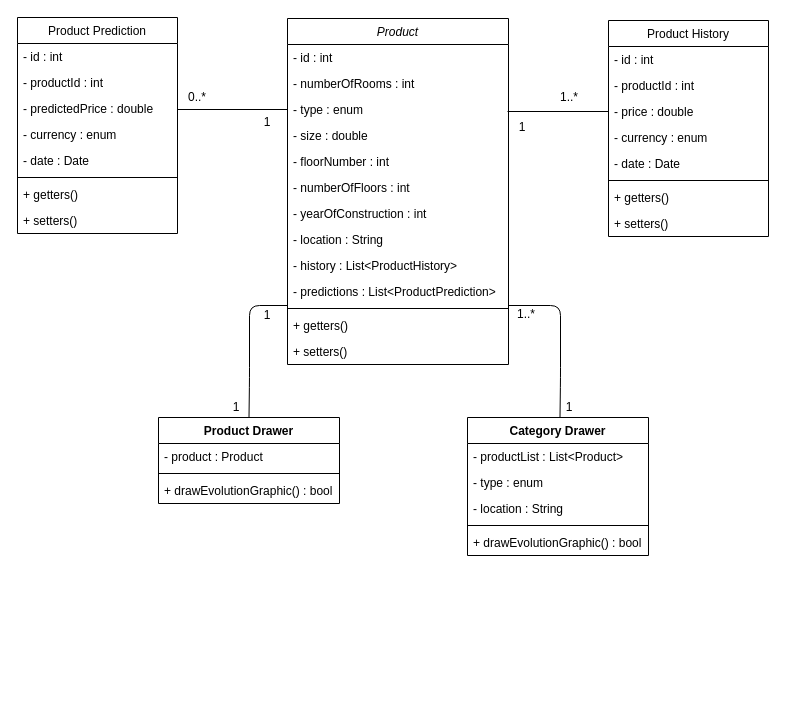
Above: Diagrams/Archive/java_class_diagram.drawio in Marcel1123/price-monitoring (draw.io), before the change. Source tidied: cells renumbered, new cells numbered last; positions are measured from the earlier drawing's top-left corner, leaving out a move shared by most shapes. Both pictures are drawn from the tidied source at 100%, with x=0, y=0 at pixel (17, 17).
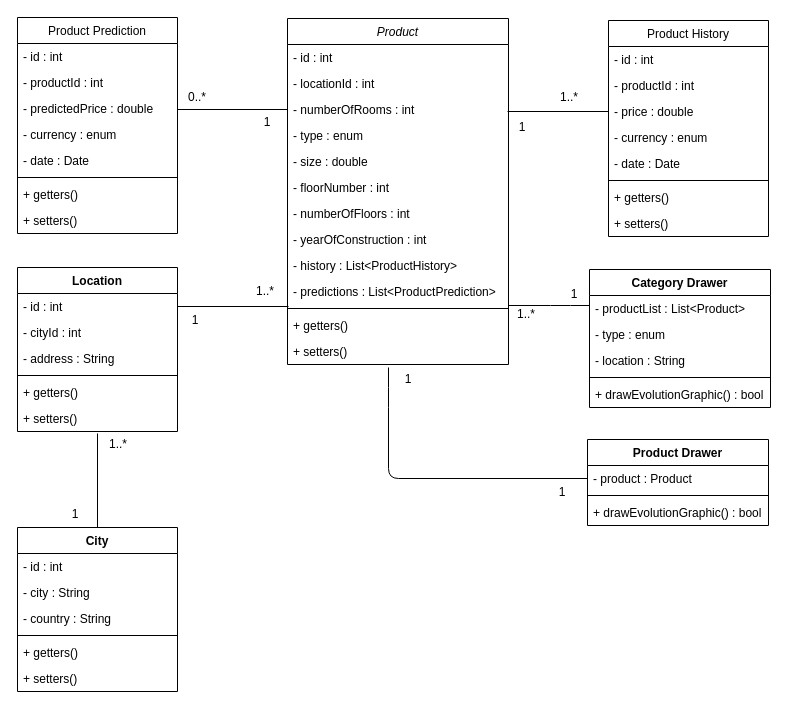
Above is the later version.

The change refers to these unchanged cells:
```xml
<mxCell id="2" value="Product" style="swimlane;fontStyle=2;align=center;verticalAlign=top;horizontal=1;startSize=26;rounded=0;shadow=0;strokeWidth=1;" parent="1" vertex="1">
  <mxGeometry x="270" y="1" width="221" height="346" as="geometry" />
</mxCell>
<mxCell id="15" value="+ setters()" style="text;align=left;verticalAlign=top;spacingLeft=4;spacingRight=4;overflow=hidden;points=[[0,0.5],[1,0.5]];portConstraint=eastwest;" parent="2" vertex="1">
  <mxGeometry y="320" width="221" height="26" as="geometry" />
</mxCell>
<mxCell id="39" value="- product : Product" style="text;strokeColor=none;fillColor=none;align=left;verticalAlign=top;spacingLeft=4;spacingRight=4;overflow=hidden;points=[[0,0.5],[1,0.5]];portConstraint=eastwest;" parent="38" vertex="1">
  <mxGeometry y="26" width="181" height="26" as="geometry" />
</mxCell>
```

The edit, as a diff of the source:
```diff
@@
+    <mxCell id="10" value="- locationId : int" style="text;align=left;verticalAlign=top;spacingLeft=4;spacingRight=4;overflow=hidden;rounded=0;shadow=0;html=0;" parent="2" vertex="1">
+      <mxGeometry y="52" width="221" height="26" as="geometry" />
+    </mxCell>
     <mxCell id="4" value="- numberOfRooms : int" style="text;align=left;verticalAlign=top;spacingLeft=4;spacingRight=4;overflow=hidden;points=[[0,0.5],[1,0.5]];portConstraint=eastwest;" parent="2" vertex="1">
-      <mxGeometry y="52" width="221" height="26" as="geometry" />
+      <mxGeometry y="78" width="221" height="26" as="geometry" />
     </mxCell>
     <mxCell id="5" value="- type : enum" style="text;align=left;verticalAlign=top;spacingLeft=4;spacingRight=4;overflow=hidden;points=[[0,0.5],[1,0.5]];portConstraint=eastwest;rounded=0;shadow=0;html=0;" parent="2" vertex="1">
-      <mxGeometry y="78" width="221" height="26" as="geometry" />
+      <mxGeometry y="104" width="221" height="26" as="geometry" />
     </mxCell>
     <mxCell id="6" value="- size : double" style="text;align=left;verticalAlign=top;spacingLeft=4;spacingRight=4;overflow=hidden;rounded=0;shadow=0;html=0;" parent="2" vertex="1">
-      <mxGeometry y="104" width="221" height="26" as="geometry" />
+      <mxGeometry y="130" width="221" height="26" as="geometry" />
     </mxCell>
     <mxCell id="7" value="- floorNumber : int" style="text;align=left;verticalAlign=top;spacingLeft=4;spacingRight=4;overflow=hidden;rounded=0;shadow=0;html=0;" parent="2" vertex="1">
-      <mxGeometry y="130" width="221" height="26" as="geometry" />
+      <mxGeometry y="156" width="221" height="26" as="geometry" />
     </mxCell>
     <mxCell id="8" value="- numberOfFloors : int" style="text;align=left;verticalAlign=top;spacingLeft=4;spacingRight=4;overflow=hidden;" parent="2" vertex="1">
-      <mxGeometry y="156" width="221" height="26" as="geometry" />
+      <mxGeometry y="182" width="221" height="26" as="geometry" />
     </mxCell>
     <mxCell id="9" value="- yearOfConstruction : int" style="text;align=left;verticalAlign=top;spacingLeft=4;spacingRight=4;overflow=hidden;rounded=0;shadow=0;html=0;" parent="2" vertex="1">
-      <mxGeometry y="182" width="221" height="26" as="geometry" />
+      <mxGeometry y="208" width="221" height="26" as="geometry" />
     </mxCell>
-    <mxCell id="10" value="- location : String" style="text;align=left;verticalAlign=top;spacingLeft=4;spacingRight=4;overflow=hidden;rounded=0;shadow=0;html=0;" parent="2" vertex="1">
-      <mxGeometry y="208" width="221" height="26" as="geometry" />
-    </mxCell>
@@
     <mxCell id="38" value="Product Drawer" style="swimlane;fontStyle=1;align=center;verticalAlign=top;horizontal=1;startSize=26;" parent="1" vertex="1">
-      <mxGeometry x="141" y="400" width="181" height="86" as="geometry" />
+      <mxGeometry x="570" y="422" width="181" height="86" as="geometry" />
     </mxCell>
@@
-    <mxCell id="42" style="endArrow=none;html=1;exitX=0;exitY=1;exitDx=0;exitDy=0;entryX=0;entryY=0.5;entryDx=0;entryDy=0;" parent="1" edge="1" target="5">
+    <mxCell id="42" style="endArrow=none;html=1;exitX=0;exitY=1;exitDx=0;exitDy=0;entryX=0;entryY=0.5;entryDx=0;entryDy=0;" parent="1" edge="1" target="4">
       <mxGeometry relative="1" as="geometry">
         <mxPoint x="160" y="92" as="sourcePoint" />
       </mxGeometry>
     </mxCell>
@@
-    <mxCell id="44" style="endArrow=none;html=1;exitX=0.5;exitY=0;exitDx=0;exitDy=0;entryX=1;entryY=0;entryDx=0;entryDy=0;" parent="1" edge="1" source="38" target="54">
+    <mxCell id="44" style="endArrow=none;html=1;exitX=0;exitY=0.5;exitDx=0;exitDy=0;entryX=0.457;entryY=1.115;entryDx=0;entryDy=0;entryPerimeter=0;" parent="1" edge="1" source="39" target="15">
       <mxGeometry relative="1" as="geometry">
         <Array as="points">
-          <mxPoint x="232" y="360" />
-          <mxPoint x="232" y="288" />
+          <mxPoint x="371" y="461" />
+          <mxPoint x="371" y="380" />
         </Array>
       </mxGeometry>
     </mxCell>
     <mxCell id="45" value="1" style="text;html=1;strokeColor=none;fillColor=none;align=center;verticalAlign=middle;whiteSpace=wrap;rounded=0;" parent="1" vertex="1">
-      <mxGeometry x="199" y="380" width="40" height="20" as="geometry" />
+      <mxGeometry x="525" y="465" width="40" height="20" as="geometry" />
     </mxCell>
     <mxCell id="46" value="Category Drawer" style="swimlane;fontStyle=1;align=center;verticalAlign=top;horizontal=1;startSize=26;" parent="1" vertex="1">
-      <mxGeometry x="450" y="400" width="181" height="138" as="geometry" />
+      <mxGeometry x="572" y="252" width="181" height="138" as="geometry" />
     </mxCell>
@@
-    <mxCell id="52" style="endArrow=none;html=1;exitX=0.5;exitY=0;exitDx=0;exitDy=0;entryX=0.991;entryY=0.125;entryDx=0;entryDy=0;entryPerimeter=0;" parent="1" edge="1">
+    <mxCell id="52" style="endArrow=none;html=1;entryX=0.991;entryY=0.125;entryDx=0;entryDy=0;entryPerimeter=0;" parent="1" edge="1">
       <mxGeometry relative="1" as="geometry">
-        <mxPoint x="542.5" y="400" as="sourcePoint" />
+        <mxPoint x="572" y="288" as="sourcePoint" />
         <mxPoint x="491" y="288" as="targetPoint" />
         <Array as="points">
-          <mxPoint x="543" y="360" />
           <mxPoint x="543" y="288" />
         </Array>
       </mxGeometry>
     </mxCell>
     <mxCell id="53" value="1" style="text;html=1;strokeColor=none;fillColor=none;align=center;verticalAlign=middle;whiteSpace=wrap;rounded=0;" parent="1" vertex="1">
-      <mxGeometry x="532" y="380" width="40" height="20" as="geometry" />
+      <mxGeometry x="537" y="267" width="40" height="20" as="geometry" />
     </mxCell>
     <mxCell id="54" value="1" style="text;html=1;strokeColor=none;fillColor=none;align=center;verticalAlign=middle;whiteSpace=wrap;rounded=0;" parent="1" vertex="1">
-      <mxGeometry x="230" y="288" width="40" height="20" as="geometry" />
+      <mxGeometry x="371" y="352" width="40" height="20" as="geometry" />
     </mxCell>
@@
+    <mxCell id="56" value="City" style="swimlane;fontStyle=1;align=center;verticalAlign=top;horizontal=1;startSize=26;" parent="1" vertex="1">
+      <mxGeometry y="510" width="160" height="164" as="geometry" />
+    </mxCell>
+    <mxCell id="57" value="- id : int" style="text;strokeColor=none;fillColor=none;align=left;verticalAlign=top;spacingLeft=4;spacingRight=4;overflow=hidden;" parent="56" vertex="1">
+      <mxGeometry y="26" width="160" height="26" as="geometry" />
+    </mxCell>
+    <mxCell id="58" value="- city : String" style="text;strokeColor=none;fillColor=none;align=left;verticalAlign=top;spacingLeft=4;spacingRight=4;overflow=hidden;" parent="56" vertex="1">
+      <mxGeometry y="52" width="160" height="26" as="geometry" />
+    </mxCell>
+    <mxCell id="59" value="- country : String" style="text;strokeColor=none;fillColor=none;align=left;verticalAlign=top;spacingLeft=4;spacingRight=4;overflow=hidden;" parent="56" vertex="1">
+      <mxGeometry y="78" width="160" height="26" as="geometry" />
+    </mxCell>
+    <mxCell id="60" style="line;strokeWidth=1;fillColor=none;align=left;verticalAlign=middle;spacingTop=-1;spacingLeft=3;spacingRight=3;labelPosition=right;" parent="56" vertex="1">
+      <mxGeometry y="104" width="160" height="8" as="geometry" />
+    </mxCell>
+    <mxCell id="61" value="+ getters()" style="text;strokeColor=none;fillColor=none;align=left;verticalAlign=top;spacingLeft=4;spacingRight=4;overflow=hidden;" parent="56" vertex="1">
+      <mxGeometry y="112" width="160" height="26" as="geometry" />
+    </mxCell>
+    <mxCell id="62" value="+ setters()" style="text;strokeColor=none;fillColor=none;align=left;verticalAlign=top;spacingLeft=4;spacingRight=4;overflow=hidden;" parent="56" vertex="1">
+      <mxGeometry y="138" width="160" height="26" as="geometry" />
+    </mxCell>
+    <mxCell id="63" value="Location" style="swimlane;fontStyle=1;align=center;verticalAlign=top;horizontal=1;startSize=26;" parent="1" vertex="1">
+      <mxGeometry y="250" width="160" height="164" as="geometry" />
+    </mxCell>
+    <mxCell id="64" value="- id : int" style="text;strokeColor=none;fillColor=none;align=left;verticalAlign=top;spacingLeft=4;spacingRight=4;overflow=hidden;points=[[0,0.5],[1,0.5]];portConstraint=eastwest;" parent="63" vertex="1">
+      <mxGeometry y="26" width="160" height="26" as="geometry" />
+    </mxCell>
+    <mxCell id="65" value="- cityId : int" style="text;strokeColor=none;fillColor=none;align=left;verticalAlign=top;spacingLeft=4;spacingRight=4;overflow=hidden;" parent="63" vertex="1">
+      <mxGeometry y="52" width="160" height="26" as="geometry" />
+    </mxCell>
+    <mxCell id="66" value="- address : String" style="text;strokeColor=none;fillColor=none;align=left;verticalAlign=top;spacingLeft=4;spacingRight=4;overflow=hidden;" parent="63" vertex="1">
+      <mxGeometry y="78" width="160" height="26" as="geometry" />
+    </mxCell>
+    <mxCell id="67" style="line;strokeWidth=1;fillColor=none;align=left;verticalAlign=middle;spacingTop=-1;spacingLeft=3;spacingRight=3;labelPosition=right;" parent="63" vertex="1">
+      <mxGeometry y="104" width="160" height="8" as="geometry" />
+    </mxCell>
+    <mxCell id="68" value="+ getters()" style="text;strokeColor=none;fillColor=none;align=left;verticalAlign=top;spacingLeft=4;spacingRight=4;overflow=hidden;" parent="63" vertex="1">
+      <mxGeometry y="112" width="160" height="26" as="geometry" />
+    </mxCell>
+    <mxCell id="69" value="+ setters()" style="text;strokeColor=none;fillColor=none;align=left;verticalAlign=top;spacingLeft=4;spacingRight=4;overflow=hidden;points=[[0,0.5],[1,0.5]];portConstraint=eastwest;" parent="63" vertex="1">
+      <mxGeometry y="138" width="160" height="26" as="geometry" />
+    </mxCell>
+    <mxCell id="70" style="endArrow=none;html=1;entryX=1;entryY=0.5;entryDx=0;entryDy=0;" parent="1" edge="1" target="64">
+      <mxGeometry relative="1" as="geometry">
+        <mxPoint x="271" y="289" as="sourcePoint" />
+      </mxGeometry>
+    </mxCell>
+    <mxCell id="71" value="1" style="text;html=1;strokeColor=none;fillColor=none;align=center;verticalAlign=middle;whiteSpace=wrap;rounded=0;" parent="1" vertex="1">
+      <mxGeometry x="158" y="293" width="40" height="20" as="geometry" />
+    </mxCell>
+    <mxCell id="72" value="1..*" style="text;html=1;strokeColor=none;fillColor=none;align=center;verticalAlign=middle;whiteSpace=wrap;rounded=0;" parent="1" vertex="1">
+      <mxGeometry x="228" y="264" width="40" height="20" as="geometry" />
+    </mxCell>
+    <mxCell id="73" style="endArrow=none;html=1;exitX=0.5;exitY=0;exitDx=0;exitDy=0;entryX=0.5;entryY=1.077;entryDx=0;entryDy=0;entryPerimeter=0;" parent="1" edge="1" source="56" target="69">
+      <mxGeometry relative="1" as="geometry" />
+    </mxCell>
+    <mxCell id="74" value="1..*" style="text;html=1;strokeColor=none;fillColor=none;align=center;verticalAlign=middle;whiteSpace=wrap;rounded=0;" parent="1" vertex="1">
+      <mxGeometry x="81" y="417" width="40" height="20" as="geometry" />
+    </mxCell>
+    <mxCell id="75" value="1" style="text;html=1;strokeColor=none;fillColor=none;align=center;verticalAlign=middle;whiteSpace=wrap;rounded=0;" parent="1" vertex="1">
+      <mxGeometry x="38" y="487" width="40" height="20" as="geometry" />
+    </mxCell>
```
